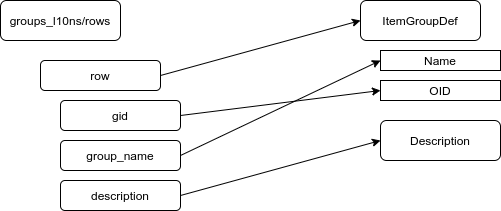
Delzye/bachelors_thesis_anton_mende keeps this draw.io diagram as img/m_groups.png. Above is the earlier version. Source tidied: cells renumbered, new cells last; positions are measured from the earlier drawing's top-left corner, leaving out a move shared by most shapes. Its diagram source:
```xml
<mxGraphModel>
  <root>
    <mxCell id="0" />
    <mxCell id="1" parent="0" />
    <mxCell id="2" value="ItemGroupDef" style="rounded=1;whiteSpace=wrap;html=1;" parent="1" vertex="1">
      <mxGeometry x="360" width="120" height="40" as="geometry" />
    </mxCell>
    <mxCell id="3" value="groups_l10ns/rows" style="rounded=1;whiteSpace=wrap;html=1;" parent="1" vertex="1">
      <mxGeometry width="120" height="40" as="geometry" />
    </mxCell>
    <mxCell id="4" style="edgeStyle=none;rounded=0;jettySize=auto;html=1;exitX=1;exitY=0.5;exitDx=0;exitDy=0;entryX=0;entryY=0.5;entryDx=0;entryDy=0;" parent="1" edge="1" source="5" target="2">
      <mxGeometry relative="1" as="geometry" />
    </mxCell>
    <mxCell id="5" value="row" style="rounded=1;whiteSpace=wrap;html=1;" parent="1" vertex="1">
      <mxGeometry x="40" y="60" width="120" height="30" as="geometry" />
    </mxCell>
    <mxCell id="6" value="Name" style="rounded=0;whiteSpace=wrap;html=1;" parent="1" vertex="1">
      <mxGeometry x="380" y="50" width="120" height="20" as="geometry" />
    </mxCell>
    <mxCell id="7" value="OID" style="whiteSpace=wrap;html=1;" parent="1" vertex="1">
      <mxGeometry x="380" y="80" width="120" height="20" as="geometry" />
    </mxCell>
    <mxCell id="8" style="edgeStyle=none;rounded=0;jettySize=auto;html=1;exitX=1;exitY=0.5;exitDx=0;exitDy=0;entryX=0;entryY=0.5;entryDx=0;entryDy=0;" parent="1" edge="1" source="9" target="7">
      <mxGeometry relative="1" as="geometry" />
    </mxCell>
    <mxCell id="9" value="gid" style="rounded=1;whiteSpace=wrap;html=1;" parent="1" vertex="1">
      <mxGeometry x="60" y="100" width="120" height="30" as="geometry" />
    </mxCell>
    <mxCell id="10" style="edgeStyle=none;rounded=0;jettySize=auto;html=1;exitX=1;exitY=0.5;exitDx=0;exitDy=0;entryX=0;entryY=0.5;entryDx=0;entryDy=0;" parent="1" edge="1" source="11" target="6">
      <mxGeometry relative="1" as="geometry" />
    </mxCell>
    <mxCell id="11" value="group_name" style="rounded=1;whiteSpace=wrap;html=1;" parent="1" vertex="1">
      <mxGeometry x="60" y="140" width="120" height="30" as="geometry" />
    </mxCell>
    <mxCell id="12" style="edgeStyle=none;rounded=0;jettySize=auto;html=1;exitX=1;exitY=0.5;exitDx=0;exitDy=0;entryX=0;entryY=0.5;entryDx=0;entryDy=0;" parent="1" edge="1" source="13" target="14">
      <mxGeometry relative="1" as="geometry" />
    </mxCell>
    <mxCell id="13" value="description" style="rounded=1;whiteSpace=wrap;html=1;" parent="1" vertex="1">
      <mxGeometry x="60" y="180" width="120" height="30" as="geometry" />
    </mxCell>
    <mxCell id="14" value="Description" style="rounded=1;whiteSpace=wrap;html=1;" parent="1" vertex="1">
      <mxGeometry x="380" y="120" width="120" height="40" as="geometry" />
    </mxCell>
  </root>
</mxGraphModel>
```
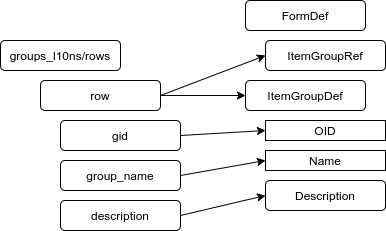
The same diagram one commit later.

What changed in the source:
```diff
@@ -3,22 +3,30 @@
     <mxCell id="0" />
     <mxCell id="1" parent="0" />
     <mxCell id="2" value="ItemGroupDef" style="rounded=1;whiteSpace=wrap;html=1;" parent="1" vertex="1">
-      <mxGeometry x="360" width="120" height="40" as="geometry" />
+      <mxGeometry x="245" y="60" width="120" height="30" as="geometry" />
     </mxCell>
     <mxCell id="3" value="groups_l10ns/rows" style="rounded=1;whiteSpace=wrap;html=1;" parent="1" vertex="1">
-      <mxGeometry width="120" height="40" as="geometry" />
+      <mxGeometry y="20" width="120" height="30" as="geometry" />
     </mxCell>
     <mxCell id="4" style="edgeStyle=none;rounded=0;jettySize=auto;html=1;exitX=1;exitY=0.5;exitDx=0;exitDy=0;entryX=0;entryY=0.5;entryDx=0;entryDy=0;" parent="1" edge="1" source="5" target="2">
       <mxGeometry relative="1" as="geometry" />
     </mxCell>
+    <mxCell id="15" style="rounded=0;jettySize=auto;html=1;exitX=1;exitY=0.5;exitDx=0;exitDy=0;entryX=0;entryY=0.5;entryDx=0;entryDy=0;" parent="1" edge="1" source="5" target="18">
+      <mxGeometry relative="1" as="geometry" />
+    </mxCell>
     <mxCell id="5" value="row" style="rounded=1;whiteSpace=wrap;html=1;" parent="1" vertex="1">
       <mxGeometry x="40" y="60" width="120" height="30" as="geometry" />
     </mxCell>
     <mxCell id="6" value="Name" style="rounded=0;whiteSpace=wrap;html=1;" parent="1" vertex="1">
-      <mxGeometry x="380" y="50" width="120" height="20" as="geometry" />
+      <mxGeometry x="265" y="130" width="120" height="20" as="geometry" />
     </mxCell>
+    <mxCell id="16" style="edgeStyle=none;rounded=0;jettySize=auto;html=1;exitX=0.25;exitY=0;exitDx=0;exitDy=0;" parent="1" edge="1" source="7">
+      <mxGeometry relative="1" as="geometry">
+        <mxPoint x="295" y="120" as="targetPoint" />
+      </mxGeometry>
+    </mxCell>
     <mxCell id="7" value="OID" style="whiteSpace=wrap;html=1;" parent="1" vertex="1">
-      <mxGeometry x="380" y="80" width="120" height="20" as="geometry" />
+      <mxGeometry x="265" y="100" width="120" height="20" as="geometry" />
     </mxCell>
     <mxCell id="8" style="edgeStyle=none;rounded=0;jettySize=auto;html=1;exitX=1;exitY=0.5;exitDx=0;exitDy=0;entryX=0;entryY=0.5;entryDx=0;entryDy=0;" parent="1" edge="1" source="9" target="7">
       <mxGeometry relative="1" as="geometry" />
@@ -39,7 +47,13 @@
       <mxGeometry x="60" y="180" width="120" height="30" as="geometry" />
     </mxCell>
     <mxCell id="14" value="Description" style="rounded=1;whiteSpace=wrap;html=1;" parent="1" vertex="1">
-      <mxGeometry x="380" y="120" width="120" height="40" as="geometry" />
+      <mxGeometry x="265" y="160" width="120" height="30" as="geometry" />
     </mxCell>
+    <mxCell id="17" value="FormDef" style="rounded=1;whiteSpace=wrap;html=1;" parent="1" vertex="1">
+      <mxGeometry x="245" y="-20" width="120" height="30" as="geometry" />
+    </mxCell>
+    <mxCell id="18" value="ItemGroupRef" style="rounded=1;whiteSpace=wrap;html=1;" parent="1" vertex="1">
+      <mxGeometry x="265" y="20" width="120" height="30" as="geometry" />
+    </mxCell>
   </root>
 </mxGraphModel>
```
